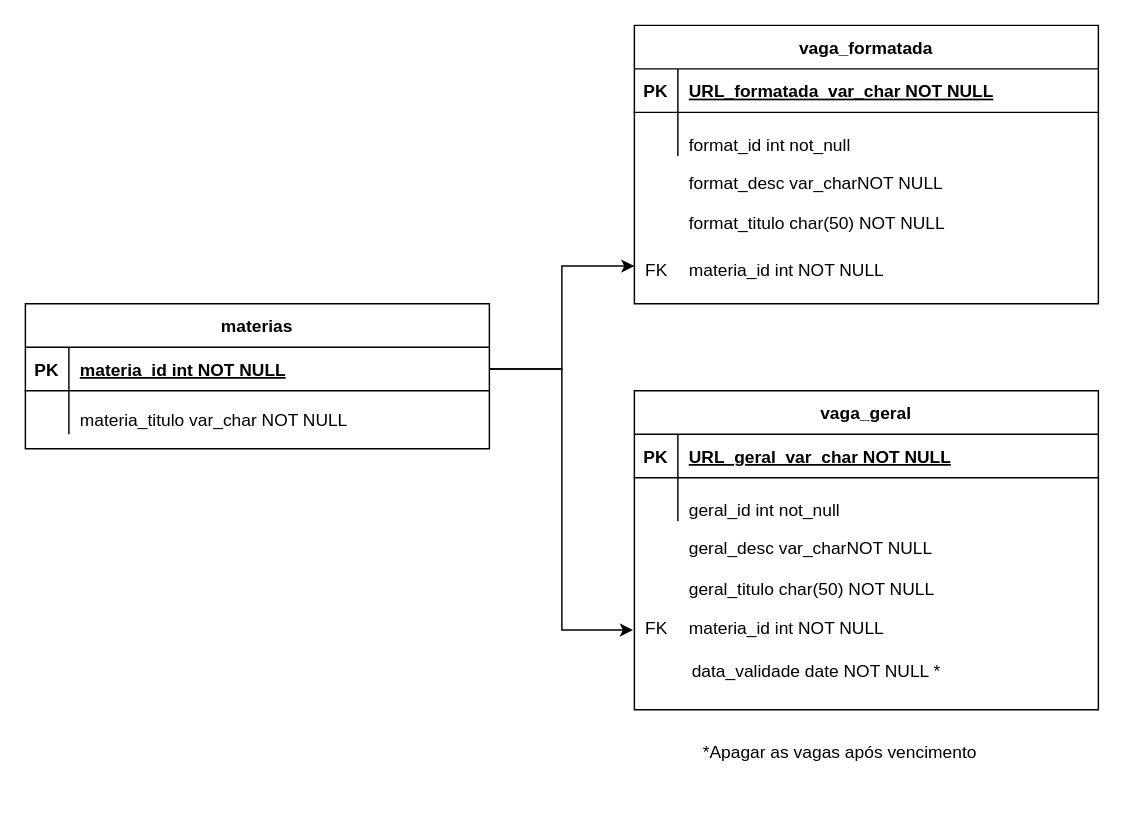
The draw.io diagram page "MER" (1 of 4) of diagram/MER.drawio in YuriQueriquelli/fatec_tg, before the edit. Source tidied: cells renumbered, new cells numbered last; positions are measured from the earlier drawing's top-left corner, leaving out a move shared by most shapes. Both pictures are drawn from the tidied source at 145%, with x=0, y=0 at pixel (25, 25).
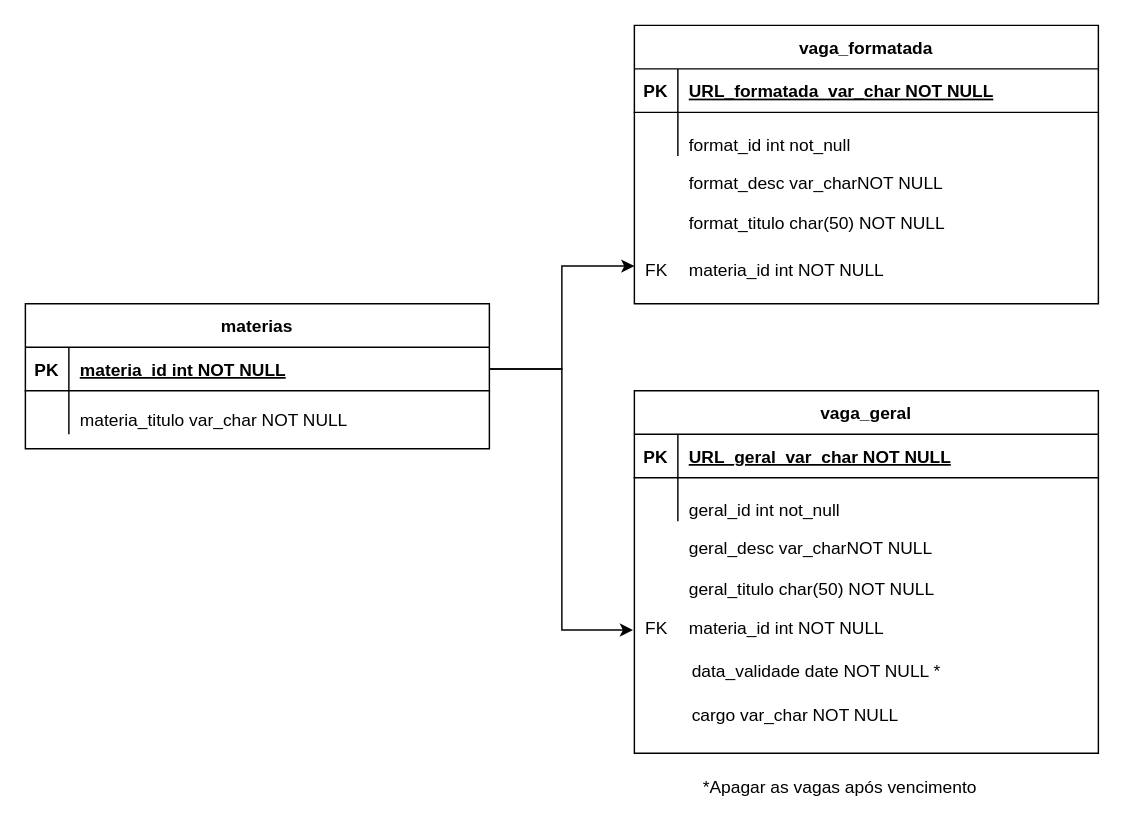
After the change.

Diff of the diagram source:
```diff
@@
     <mxCell id="2" value="vaga_geral" style="shape=table;startSize=30;childLayout=tableLayout;rowLines=0;fontStyle=1;align=center;" parent="1" vertex="1">
-      <mxGeometry x="420" y="252" width="320" height="220" as="geometry" />
+      <mxGeometry x="420" y="252" width="320" height="250" as="geometry" />
     </mxCell>
@@
     <mxCell id="36" value="*Apagar as vagas após vencimento" style="text;html=1;strokeColor=none;fillColor=none;align=center;verticalAlign=middle;whiteSpace=wrap;rounded=0;" parent="1" vertex="1">
-      <mxGeometry x="452" y="492" width="220" height="20" as="geometry" />
+      <mxGeometry x="452" y="516" width="220" height="20" as="geometry" />
     </mxCell>
@@
+    <mxCell id="38" value="cargo var_char NOT NULL" style="shape=partialRectangle;overflow=hidden;fillColor=none;top=0;left=0;bottom=0;right=0;align=left;spacingLeft=6;" parent="1" vertex="1">
+      <mxGeometry x="452" y="460" width="290" height="30" as="geometry" />
+    </mxCell>
```
